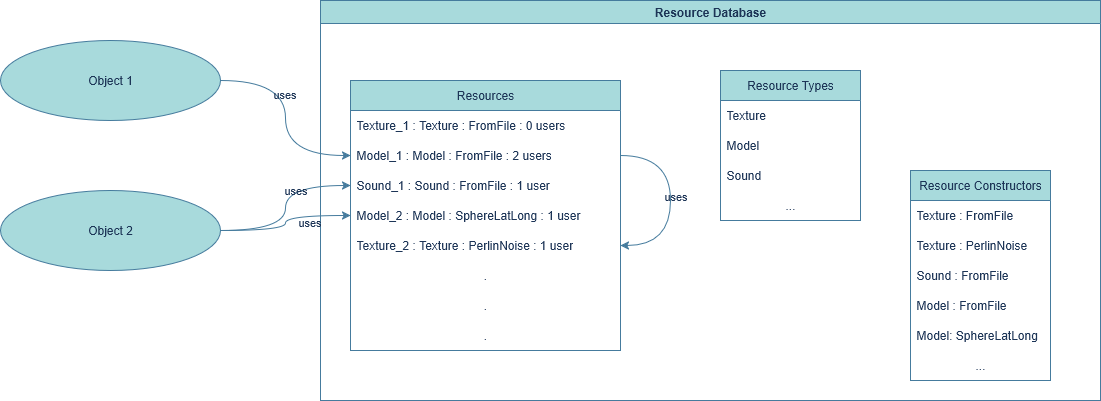
This is docs/systems/toymaker-engine/core/Resource_Database_Example.png from raynmetal/game-of-ur, a draw.io export, as it was before one commit. Source tidied: cells renumbered, new cells last; positions are measured from the earlier drawing's top-left corner, leaving out a move shared by most shapes.
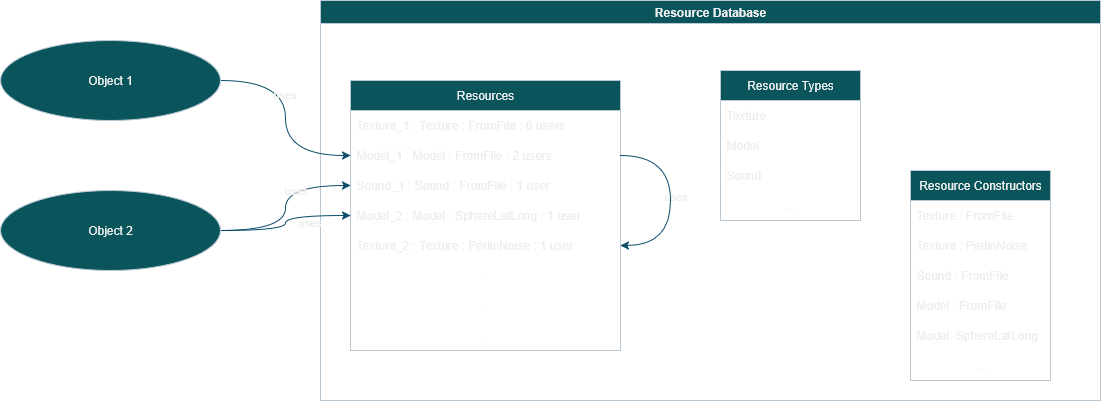
The same file after the commit.

What changed in the source:
```diff
@@ -2,16 +2,16 @@
   <root>
     <mxCell id="0" />
     <mxCell id="1" parent="0" />
-    <mxCell id="2" value="&lt;div&gt;Resource Database&lt;/div&gt;" style="swimlane;whiteSpace=wrap;html=1;labelBackgroundColor=none;fillColor=#A8DADC;strokeColor=#457B9D;fontColor=#1D3557;" parent="1" vertex="1">
+    <mxCell id="2" value="&lt;div&gt;Resource Database&lt;/div&gt;" style="swimlane;whiteSpace=wrap;html=1;labelBackgroundColor=none;fillColor=#09555B;strokeColor=#BAC8D3;fontColor=#EEEEEE;" parent="1" vertex="1">
       <mxGeometry x="320" width="780" height="400" as="geometry" />
     </mxCell>
-    <mxCell id="3" value="Resources" style="swimlane;fontStyle=0;horizontal=1;startSize=30;whiteSpace=wrap;html=1;labelBackgroundColor=none;fillColor=#A8DADC;strokeColor=#457B9D;fontColor=#1D3557;" parent="2" vertex="1">
+    <mxCell id="3" value="Resources" style="swimlane;fontStyle=0;horizontal=1;startSize=30;whiteSpace=wrap;html=1;labelBackgroundColor=none;fillColor=#09555B;strokeColor=#BAC8D3;fontColor=#EEEEEE;" parent="2" vertex="1">
       <mxGeometry x="30" y="80" width="270" height="270" as="geometry" />
     </mxCell>
-    <mxCell id="4" value="&lt;div&gt;Texture_1 : Texture : FromFile : 0 users&lt;/div&gt;" style="text;strokeColor=none;fillColor=none;align=left;verticalAlign=middle;spacingLeft=4;spacingRight=4;overflow=hidden;whiteSpace=wrap;html=1;labelBackgroundColor=none;fontColor=#1D3557;" parent="3" vertex="1">
+    <mxCell id="4" value="&lt;div&gt;Texture_1 : Texture : FromFile : 0 users&lt;/div&gt;" style="text;strokeColor=none;fillColor=none;align=left;verticalAlign=middle;spacingLeft=4;spacingRight=4;overflow=hidden;whiteSpace=wrap;html=1;labelBackgroundColor=none;fontColor=#EEEEEE;" parent="3" vertex="1">
       <mxGeometry y="30" width="270" height="30" as="geometry" />
     </mxCell>
-    <mxCell id="5" style="edgeStyle=orthogonalEdgeStyle;curved=1;rounded=0;jettySize=auto;html=1;exitX=1;exitY=0.5;exitDx=0;exitDy=0;entryX=1;entryY=0.5;entryDx=0;entryDy=0;labelBackgroundColor=none;strokeColor=#457B9D;fontColor=default;" parent="3" edge="1" source="7" target="10">
+    <mxCell id="5" style="edgeStyle=orthogonalEdgeStyle;curved=1;rounded=0;jettySize=auto;html=1;exitX=1;exitY=0.5;exitDx=0;exitDy=0;entryX=1;entryY=0.5;entryDx=0;entryDy=0;labelBackgroundColor=none;strokeColor=#0B4D6A;fontColor=default;" parent="3" edge="1" source="7" target="10">
       <mxGeometry relative="1" as="geometry">
         <Array as="points">
           <mxPoint x="320" y="75" />
@@ -19,88 +19,88 @@
         </Array>
       </mxGeometry>
     </mxCell>
-    <mxCell id="6" value="uses" style="edgeLabel;html=1;align=center;verticalAlign=middle;labelBackgroundColor=none;fontColor=#1D3557;" parent="5" vertex="1">
+    <mxCell id="6" value="uses" style="edgeLabel;html=1;align=center;verticalAlign=middle;labelBackgroundColor=none;fontColor=#EEEEEE;" parent="5" vertex="1">
       <mxGeometry x="-0.05" y="4" relative="1" as="geometry" />
     </mxCell>
-    <mxCell id="7" value="Model_1 : Model : FromFile : 2 users" style="text;strokeColor=none;fillColor=none;align=left;verticalAlign=middle;spacingLeft=4;spacingRight=4;overflow=hidden;points=[[0,0.5],[1,0.5]];portConstraint=eastwest;whiteSpace=wrap;html=1;labelBackgroundColor=none;fontColor=#1D3557;" parent="3" vertex="1">
+    <mxCell id="7" value="Model_1 : Model : FromFile : 2 users" style="text;strokeColor=none;fillColor=none;align=left;verticalAlign=middle;spacingLeft=4;spacingRight=4;overflow=hidden;points=[[0,0.5],[1,0.5]];portConstraint=eastwest;whiteSpace=wrap;html=1;labelBackgroundColor=none;fontColor=#EEEEEE;" parent="3" vertex="1">
       <mxGeometry y="60" width="270" height="30" as="geometry" />
     </mxCell>
-    <mxCell id="8" value="Sound_1 : Sound : FromFile : 1 user" style="text;strokeColor=none;fillColor=none;align=left;verticalAlign=middle;spacingLeft=4;spacingRight=4;overflow=hidden;points=[[0,0.5],[1,0.5]];portConstraint=eastwest;whiteSpace=wrap;html=1;labelBackgroundColor=none;fontColor=#1D3557;" parent="3" vertex="1">
+    <mxCell id="8" value="Sound_1 : Sound : FromFile : 1 user" style="text;strokeColor=none;fillColor=none;align=left;verticalAlign=middle;spacingLeft=4;spacingRight=4;overflow=hidden;points=[[0,0.5],[1,0.5]];portConstraint=eastwest;whiteSpace=wrap;html=1;labelBackgroundColor=none;fontColor=#EEEEEE;" parent="3" vertex="1">
       <mxGeometry y="90" width="270" height="30" as="geometry" />
     </mxCell>
-    <mxCell id="9" value="Model_2 : Model : SphereLatLong : 1 user" style="text;strokeColor=none;fillColor=none;align=left;verticalAlign=middle;spacingLeft=4;spacingRight=4;overflow=hidden;points=[[0,0.5],[1,0.5]];portConstraint=eastwest;whiteSpace=wrap;html=1;labelBackgroundColor=none;fontColor=#1D3557;" parent="3" vertex="1">
+    <mxCell id="9" value="Model_2 : Model : SphereLatLong : 1 user" style="text;strokeColor=none;fillColor=none;align=left;verticalAlign=middle;spacingLeft=4;spacingRight=4;overflow=hidden;points=[[0,0.5],[1,0.5]];portConstraint=eastwest;whiteSpace=wrap;html=1;labelBackgroundColor=none;fontColor=#EEEEEE;" parent="3" vertex="1">
       <mxGeometry y="120" width="270" height="30" as="geometry" />
     </mxCell>
-    <mxCell id="10" value="&lt;div&gt;Texture_2 : Texture : PerlinNoise : 1 user&lt;/div&gt;" style="text;strokeColor=none;fillColor=none;align=left;verticalAlign=middle;spacingLeft=4;spacingRight=4;overflow=hidden;points=[[0,0.5],[1,0.5]];portConstraint=eastwest;whiteSpace=wrap;html=1;labelBackgroundColor=none;fontColor=#1D3557;" parent="3" vertex="1">
+    <mxCell id="10" value="&lt;div&gt;Texture_2 : Texture : PerlinNoise : 1 user&lt;/div&gt;" style="text;strokeColor=none;fillColor=none;align=left;verticalAlign=middle;spacingLeft=4;spacingRight=4;overflow=hidden;points=[[0,0.5],[1,0.5]];portConstraint=eastwest;whiteSpace=wrap;html=1;labelBackgroundColor=none;fontColor=#EEEEEE;" parent="3" vertex="1">
       <mxGeometry y="150" width="270" height="30" as="geometry" />
     </mxCell>
-    <mxCell id="11" value="." style="text;strokeColor=none;fillColor=none;align=center;verticalAlign=middle;spacingLeft=4;spacingRight=4;overflow=hidden;whiteSpace=wrap;html=1;labelBackgroundColor=none;fontColor=#1D3557;" parent="3" vertex="1">
+    <mxCell id="11" value="." style="text;strokeColor=none;fillColor=none;align=center;verticalAlign=middle;spacingLeft=4;spacingRight=4;overflow=hidden;whiteSpace=wrap;html=1;labelBackgroundColor=none;fontColor=#EEEEEE;" parent="3" vertex="1">
       <mxGeometry y="180" width="270" height="30" as="geometry" />
     </mxCell>
-    <mxCell id="12" value="." style="text;strokeColor=none;fillColor=none;align=center;verticalAlign=middle;spacingLeft=4;spacingRight=4;overflow=hidden;whiteSpace=wrap;html=1;labelBackgroundColor=none;fontColor=#1D3557;" parent="3" vertex="1">
+    <mxCell id="12" value="." style="text;strokeColor=none;fillColor=none;align=center;verticalAlign=middle;spacingLeft=4;spacingRight=4;overflow=hidden;whiteSpace=wrap;html=1;labelBackgroundColor=none;fontColor=#EEEEEE;" parent="3" vertex="1">
       <mxGeometry y="210" width="270" height="30" as="geometry" />
     </mxCell>
-    <mxCell id="13" value="." style="text;strokeColor=none;fillColor=none;align=center;verticalAlign=middle;spacingLeft=4;spacingRight=4;overflow=hidden;whiteSpace=wrap;html=1;labelBackgroundColor=none;fontColor=#1D3557;" parent="3" vertex="1">
+    <mxCell id="13" value="." style="text;strokeColor=none;fillColor=none;align=center;verticalAlign=middle;spacingLeft=4;spacingRight=4;overflow=hidden;whiteSpace=wrap;html=1;labelBackgroundColor=none;fontColor=#EEEEEE;" parent="3" vertex="1">
       <mxGeometry y="240" width="270" height="30" as="geometry" />
     </mxCell>
-    <mxCell id="14" value="Resource Types" style="swimlane;fontStyle=0;horizontal=1;startSize=30;whiteSpace=wrap;html=1;labelBackgroundColor=none;fillColor=#A8DADC;strokeColor=#457B9D;fontColor=#1D3557;" parent="2" vertex="1">
+    <mxCell id="14" value="Resource Types" style="swimlane;fontStyle=0;horizontal=1;startSize=30;whiteSpace=wrap;html=1;labelBackgroundColor=none;fillColor=#09555B;strokeColor=#BAC8D3;fontColor=#EEEEEE;" parent="2" vertex="1">
       <mxGeometry x="400" y="70" width="140" height="150" as="geometry" />
     </mxCell>
-    <mxCell id="15" value="Texture" style="text;strokeColor=none;fillColor=none;align=left;verticalAlign=middle;spacingLeft=4;spacingRight=4;overflow=hidden;whiteSpace=wrap;html=1;labelBackgroundColor=none;fontColor=#1D3557;" parent="14" vertex="1">
+    <mxCell id="15" value="Texture" style="text;strokeColor=none;fillColor=none;align=left;verticalAlign=middle;spacingLeft=4;spacingRight=4;overflow=hidden;whiteSpace=wrap;html=1;labelBackgroundColor=none;fontColor=#EEEEEE;" parent="14" vertex="1">
       <mxGeometry y="30" width="140" height="30" as="geometry" />
     </mxCell>
-    <mxCell id="16" value="Model" style="text;strokeColor=none;fillColor=none;align=left;verticalAlign=middle;spacingLeft=4;spacingRight=4;overflow=hidden;whiteSpace=wrap;html=1;labelBackgroundColor=none;fontColor=#1D3557;" parent="14" vertex="1">
+    <mxCell id="16" value="Model" style="text;strokeColor=none;fillColor=none;align=left;verticalAlign=middle;spacingLeft=4;spacingRight=4;overflow=hidden;whiteSpace=wrap;html=1;labelBackgroundColor=none;fontColor=#EEEEEE;" parent="14" vertex="1">
       <mxGeometry y="60" width="140" height="30" as="geometry" />
     </mxCell>
-    <mxCell id="17" value="Sound" style="text;strokeColor=none;fillColor=none;align=left;verticalAlign=middle;spacingLeft=4;spacingRight=4;overflow=hidden;whiteSpace=wrap;html=1;labelBackgroundColor=none;fontColor=#1D3557;" parent="14" vertex="1">
+    <mxCell id="17" value="Sound" style="text;strokeColor=none;fillColor=none;align=left;verticalAlign=middle;spacingLeft=4;spacingRight=4;overflow=hidden;whiteSpace=wrap;html=1;labelBackgroundColor=none;fontColor=#EEEEEE;" parent="14" vertex="1">
       <mxGeometry y="90" width="140" height="30" as="geometry" />
     </mxCell>
-    <mxCell id="18" value="..." style="text;strokeColor=none;fillColor=none;align=center;verticalAlign=middle;spacingLeft=4;spacingRight=4;overflow=hidden;whiteSpace=wrap;html=1;labelBackgroundColor=none;fontColor=#1D3557;" parent="14" vertex="1">
+    <mxCell id="18" value="..." style="text;strokeColor=none;fillColor=none;align=center;verticalAlign=middle;spacingLeft=4;spacingRight=4;overflow=hidden;whiteSpace=wrap;html=1;labelBackgroundColor=none;fontColor=#EEEEEE;" parent="14" vertex="1">
       <mxGeometry y="120" width="140" height="30" as="geometry" />
     </mxCell>
-    <mxCell id="19" value="Resource Constructors" style="swimlane;fontStyle=0;horizontal=1;startSize=30;whiteSpace=wrap;html=1;labelBackgroundColor=none;fillColor=#A8DADC;strokeColor=#457B9D;fontColor=#1D3557;" parent="2" vertex="1">
+    <mxCell id="19" value="Resource Constructors" style="swimlane;fontStyle=0;horizontal=1;startSize=30;whiteSpace=wrap;html=1;labelBackgroundColor=none;fillColor=#09555B;strokeColor=#BAC8D3;fontColor=#EEEEEE;" parent="2" vertex="1">
       <mxGeometry x="590" y="170" width="140" height="210" as="geometry" />
     </mxCell>
-    <mxCell id="20" value="Texture : FromFile" style="text;strokeColor=none;fillColor=none;align=left;verticalAlign=middle;spacingLeft=4;spacingRight=4;overflow=hidden;whiteSpace=wrap;html=1;labelBackgroundColor=none;fontColor=#1D3557;" parent="19" vertex="1">
+    <mxCell id="20" value="Texture : FromFile" style="text;strokeColor=none;fillColor=none;align=left;verticalAlign=middle;spacingLeft=4;spacingRight=4;overflow=hidden;whiteSpace=wrap;html=1;labelBackgroundColor=none;fontColor=#EEEEEE;" parent="19" vertex="1">
       <mxGeometry y="30" width="140" height="30" as="geometry" />
     </mxCell>
-    <mxCell id="21" value="Texture : PerlinNoise" style="text;strokeColor=none;fillColor=none;align=left;verticalAlign=middle;spacingLeft=4;spacingRight=4;overflow=hidden;whiteSpace=wrap;html=1;labelBackgroundColor=none;fontColor=#1D3557;" parent="19" vertex="1">
+    <mxCell id="21" value="Texture : PerlinNoise" style="text;strokeColor=none;fillColor=none;align=left;verticalAlign=middle;spacingLeft=4;spacingRight=4;overflow=hidden;whiteSpace=wrap;html=1;labelBackgroundColor=none;fontColor=#EEEEEE;" parent="19" vertex="1">
       <mxGeometry y="60" width="140" height="30" as="geometry" />
     </mxCell>
-    <mxCell id="22" value="Sound : FromFile" style="text;strokeColor=none;fillColor=none;align=left;verticalAlign=middle;spacingLeft=4;spacingRight=4;overflow=hidden;whiteSpace=wrap;html=1;labelBackgroundColor=none;fontColor=#1D3557;" parent="19" vertex="1">
+    <mxCell id="22" value="Sound : FromFile" style="text;strokeColor=none;fillColor=none;align=left;verticalAlign=middle;spacingLeft=4;spacingRight=4;overflow=hidden;whiteSpace=wrap;html=1;labelBackgroundColor=none;fontColor=#EEEEEE;" parent="19" vertex="1">
       <mxGeometry y="90" width="140" height="30" as="geometry" />
     </mxCell>
-    <mxCell id="23" value="Model : FromFile" style="text;strokeColor=none;fillColor=none;align=left;verticalAlign=middle;spacingLeft=4;spacingRight=4;overflow=hidden;whiteSpace=wrap;html=1;labelBackgroundColor=none;fontColor=#1D3557;" parent="19" vertex="1">
+    <mxCell id="23" value="Model : FromFile" style="text;strokeColor=none;fillColor=none;align=left;verticalAlign=middle;spacingLeft=4;spacingRight=4;overflow=hidden;whiteSpace=wrap;html=1;labelBackgroundColor=none;fontColor=#EEEEEE;" parent="19" vertex="1">
       <mxGeometry y="120" width="140" height="30" as="geometry" />
     </mxCell>
-    <mxCell id="24" value="Model: SphereLatLong" style="text;strokeColor=none;fillColor=none;align=left;verticalAlign=middle;spacingLeft=4;spacingRight=4;overflow=hidden;whiteSpace=wrap;html=1;labelBackgroundColor=none;fontColor=#1D3557;" parent="19" vertex="1">
+    <mxCell id="24" value="Model: SphereLatLong" style="text;strokeColor=none;fillColor=none;align=left;verticalAlign=middle;spacingLeft=4;spacingRight=4;overflow=hidden;whiteSpace=wrap;html=1;labelBackgroundColor=none;fontColor=#EEEEEE;" parent="19" vertex="1">
       <mxGeometry y="150" width="140" height="30" as="geometry" />
     </mxCell>
-    <mxCell id="25" value="..." style="text;strokeColor=none;fillColor=none;align=center;verticalAlign=middle;spacingLeft=4;spacingRight=4;overflow=hidden;whiteSpace=wrap;html=1;labelBackgroundColor=none;fontColor=#1D3557;" parent="19" vertex="1">
+    <mxCell id="25" value="..." style="text;strokeColor=none;fillColor=none;align=center;verticalAlign=middle;spacingLeft=4;spacingRight=4;overflow=hidden;whiteSpace=wrap;html=1;labelBackgroundColor=none;fontColor=#EEEEEE;" parent="19" vertex="1">
       <mxGeometry y="180" width="140" height="30" as="geometry" />
     </mxCell>
-    <mxCell id="26" style="edgeStyle=orthogonalEdgeStyle;curved=1;rounded=0;jettySize=auto;html=1;exitX=1;exitY=0.5;exitDx=0;exitDy=0;entryX=0;entryY=0.5;entryDx=0;entryDy=0;labelBackgroundColor=none;strokeColor=#457B9D;fontColor=default;" parent="1" edge="1" source="28" target="7">
+    <mxCell id="26" style="edgeStyle=orthogonalEdgeStyle;curved=1;rounded=0;jettySize=auto;html=1;exitX=1;exitY=0.5;exitDx=0;exitDy=0;entryX=0;entryY=0.5;entryDx=0;entryDy=0;labelBackgroundColor=none;strokeColor=#0B4D6A;fontColor=default;" parent="1" edge="1" source="28" target="7">
       <mxGeometry relative="1" as="geometry" />
     </mxCell>
-    <mxCell id="27" value="uses" style="edgeLabel;html=1;align=center;verticalAlign=middle;labelBackgroundColor=none;fontColor=#1D3557;" parent="26" vertex="1">
+    <mxCell id="27" value="uses" style="edgeLabel;html=1;align=center;verticalAlign=middle;labelBackgroundColor=none;fontColor=#EEEEEE;" parent="26" vertex="1">
       <mxGeometry x="-0.24" y="-2" relative="1" as="geometry" />
     </mxCell>
-    <mxCell id="28" value="Object 1" style="ellipse;whiteSpace=wrap;html=1;labelBackgroundColor=none;fillColor=#A8DADC;strokeColor=#457B9D;fontColor=#1D3557;" parent="1" vertex="1">
+    <mxCell id="28" value="Object 1" style="ellipse;whiteSpace=wrap;html=1;labelBackgroundColor=none;fillColor=#09555B;strokeColor=#BAC8D3;fontColor=#EEEEEE;" parent="1" vertex="1">
       <mxGeometry y="40" width="220" height="80" as="geometry" />
     </mxCell>
-    <mxCell id="29" style="edgeStyle=orthogonalEdgeStyle;curved=1;rounded=0;jettySize=auto;html=1;exitX=1;exitY=0.5;exitDx=0;exitDy=0;entryX=0;entryY=0.5;entryDx=0;entryDy=0;labelBackgroundColor=none;strokeColor=#457B9D;fontColor=default;" parent="1" edge="1" source="33" target="9">
+    <mxCell id="29" style="edgeStyle=orthogonalEdgeStyle;curved=1;rounded=0;jettySize=auto;html=1;exitX=1;exitY=0.5;exitDx=0;exitDy=0;entryX=0;entryY=0.5;entryDx=0;entryDy=0;labelBackgroundColor=none;strokeColor=#0B4D6A;fontColor=default;" parent="1" edge="1" source="33" target="9">
       <mxGeometry relative="1" as="geometry" />
     </mxCell>
-    <mxCell id="30" value="uses" style="edgeLabel;html=1;align=center;verticalAlign=middle;labelBackgroundColor=none;fontColor=#1D3557;" parent="29" vertex="1">
+    <mxCell id="30" value="uses" style="edgeLabel;html=1;align=center;verticalAlign=middle;labelBackgroundColor=none;fontColor=#EEEEEE;" parent="29" vertex="1">
       <mxGeometry x="0.42" y="-6" relative="1" as="geometry" />
     </mxCell>
-    <mxCell id="31" style="edgeStyle=orthogonalEdgeStyle;curved=1;rounded=0;jettySize=auto;html=1;exitX=1;exitY=0.5;exitDx=0;exitDy=0;entryX=0;entryY=0.5;entryDx=0;entryDy=0;labelBackgroundColor=none;strokeColor=#457B9D;fontColor=default;" parent="1" edge="1" source="33" target="8">
+    <mxCell id="31" style="edgeStyle=orthogonalEdgeStyle;curved=1;rounded=0;jettySize=auto;html=1;exitX=1;exitY=0.5;exitDx=0;exitDy=0;entryX=0;entryY=0.5;entryDx=0;entryDy=0;labelBackgroundColor=none;strokeColor=#0B4D6A;fontColor=default;" parent="1" edge="1" source="33" target="8">
       <mxGeometry relative="1" as="geometry" />
     </mxCell>
-    <mxCell id="32" value="&lt;div&gt;uses&lt;/div&gt;" style="edgeLabel;html=1;align=center;verticalAlign=middle;labelBackgroundColor=none;fontColor=#1D3557;" parent="31" vertex="1">
+    <mxCell id="32" value="&lt;div&gt;uses&lt;/div&gt;" style="edgeLabel;html=1;align=center;verticalAlign=middle;labelBackgroundColor=none;fontColor=#EEEEEE;" parent="31" vertex="1">
       <mxGeometry x="0.22" y="-9" relative="1" as="geometry" />
     </mxCell>
-    <mxCell id="33" value="&lt;div&gt;Object 2&lt;/div&gt;" style="ellipse;whiteSpace=wrap;html=1;labelBackgroundColor=none;fillColor=#A8DADC;strokeColor=#457B9D;fontColor=#1D3557;" parent="1" vertex="1">
+    <mxCell id="33" value="&lt;div&gt;Object 2&lt;/div&gt;" style="ellipse;whiteSpace=wrap;html=1;labelBackgroundColor=none;fillColor=#09555B;strokeColor=#BAC8D3;fontColor=#EEEEEE;" parent="1" vertex="1">
       <mxGeometry y="190" width="220" height="80" as="geometry" />
     </mxCell>
   </root>
```
